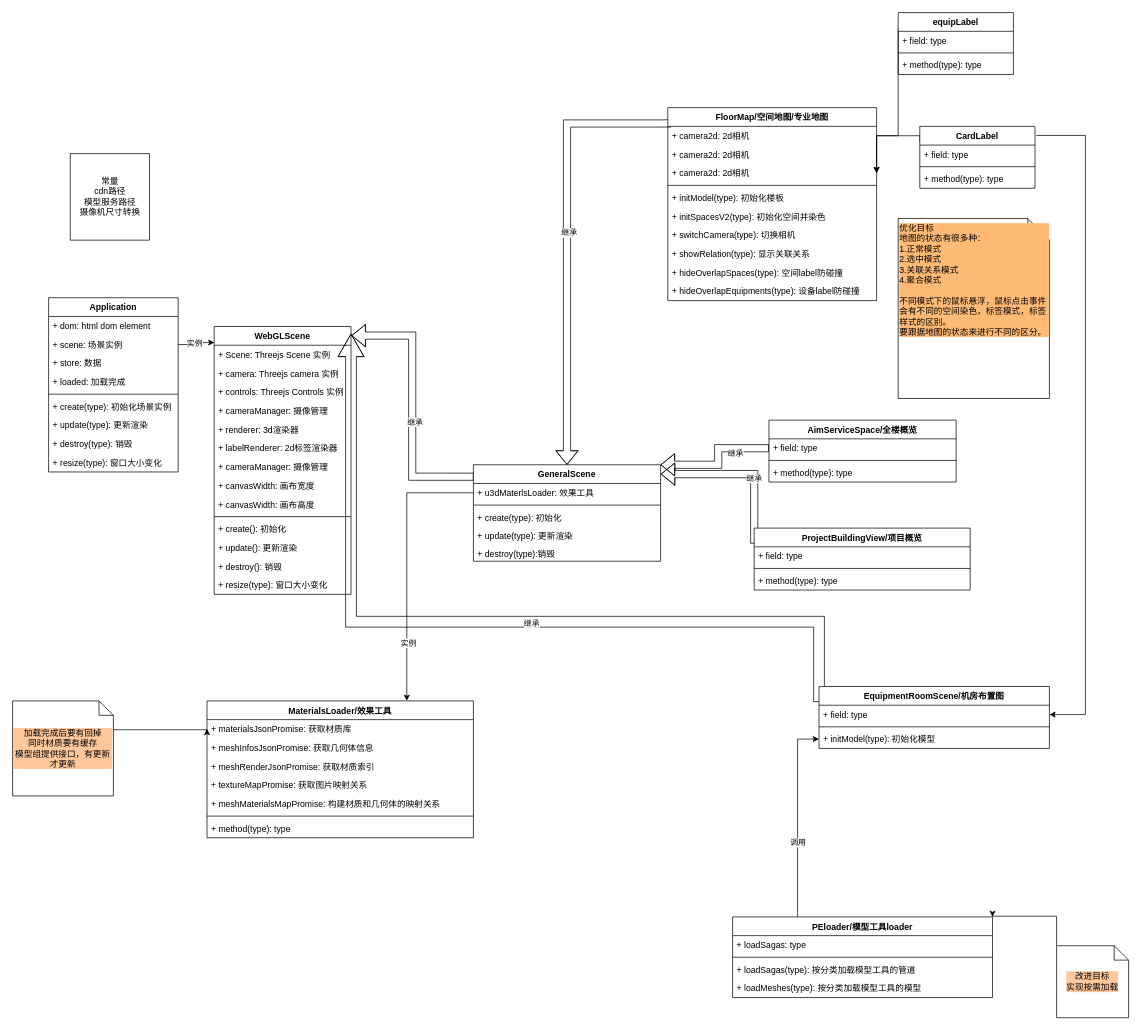
The draw.io diagram APM3d-Diagram.drawio in hiotk/umldiagrams, before the edit. Source tidied: cells renumbered, new cells numbered last; positions are measured from the earlier drawing's top-left corner, leaving out a move shared by most shapes. Both pictures are drawn from the tidied source at 72%, with x=0, y=0 at pixel (12, 12).
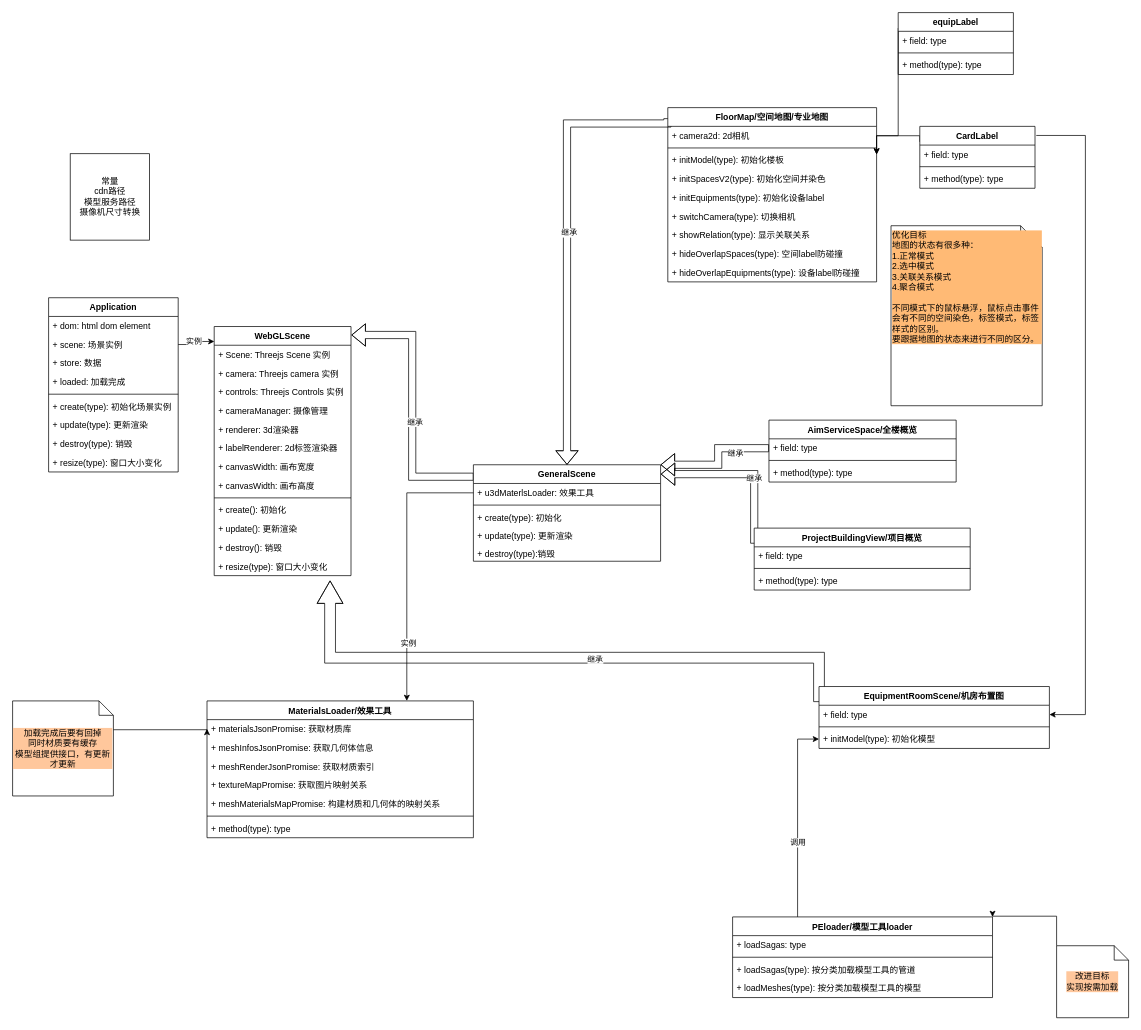
Above is the later version.

Unchanged cells that the change refers to:
```xml
<mxCell id="56" value="EquipmentRoomScene/机房布置图" style="swimlane;fontStyle=1;align=center;verticalAlign=top;horizontal=1;startSize=26;" parent="1" vertex="1">
  <mxGeometry x="1120" y="936" width="320" height="86" as="geometry" />
</mxCell>
<mxCell id="85" value="CardLabel" style="swimlane;fontStyle=1;align=center;verticalAlign=top;horizontal=1;startSize=26;" parent="1" vertex="1">
  <mxGeometry x="1260" y="158" width="160" height="86" as="geometry" />
</mxCell>
<mxCell id="97" value="equipLabel" style="swimlane;fontStyle=1;align=center;verticalAlign=top;horizontal=1;startSize=26;" parent="1" vertex="1">
  <mxGeometry x="1230" width="160" height="86" as="geometry" />
</mxCell>
```

The edit, as a diff of the source:
```diff
@@
     <mxCell id="12" value="WebGLScene" style="swimlane;fontStyle=1;align=center;verticalAlign=top;horizontal=1;startSize=26;" parent="1" vertex="1">
-      <mxGeometry x="280" y="436" width="190" height="372" as="geometry" />
+      <mxGeometry x="280" y="436" width="190" height="346" as="geometry" />
     </mxCell>
@@
-    <mxCell id="19" value="+ cameraManager: 摄像管理&#10;" style="text;strokeColor=none;fillColor=none;align=left;verticalAlign=top;spacingLeft=4;spacingRight=4;overflow=hidden;" parent="12" vertex="1">
-      <mxGeometry y="182" width="190" height="26" as="geometry" />
-    </mxCell>
     <mxCell id="20" value="+ canvasWidth: 画布宽度&#10;" style="text;strokeColor=none;fillColor=none;align=left;verticalAlign=top;spacingLeft=4;spacingRight=4;overflow=hidden;" parent="12" vertex="1">
-      <mxGeometry y="208" width="190" height="26" as="geometry" />
+      <mxGeometry y="182" width="190" height="26" as="geometry" />
     </mxCell>
     <mxCell id="21" value="+ canvasWidth: 画布高度&#10;" style="text;strokeColor=none;fillColor=none;align=left;verticalAlign=top;spacingLeft=4;spacingRight=4;overflow=hidden;" parent="12" vertex="1">
-      <mxGeometry y="234" width="190" height="26" as="geometry" />
+      <mxGeometry y="208" width="190" height="26" as="geometry" />
     </mxCell>
     <mxCell id="22" style="line;strokeWidth=1;fillColor=none;align=left;verticalAlign=middle;spacingTop=-1;spacingLeft=3;spacingRight=3;labelPosition=right;" parent="12" vertex="1">
-      <mxGeometry y="260" width="190" height="8" as="geometry" />
+      <mxGeometry y="234" width="190" height="8" as="geometry" />
     </mxCell>
     <mxCell id="23" value="+ create(): 初始化" style="text;strokeColor=none;fillColor=none;align=left;verticalAlign=top;spacingLeft=4;spacingRight=4;overflow=hidden;" parent="12" vertex="1">
-      <mxGeometry y="268" width="190" height="26" as="geometry" />
+      <mxGeometry y="242" width="190" height="26" as="geometry" />
     </mxCell>
     <mxCell id="24" value="+ update(): 更新渲染" style="text;strokeColor=none;fillColor=none;align=left;verticalAlign=top;spacingLeft=4;spacingRight=4;overflow=hidden;" parent="12" vertex="1">
-      <mxGeometry y="294" width="190" height="26" as="geometry" />
+      <mxGeometry y="268" width="190" height="26" as="geometry" />
     </mxCell>
     <mxCell id="25" value="+ destroy(): 销毁" style="text;strokeColor=none;fillColor=none;align=left;verticalAlign=top;spacingLeft=4;spacingRight=4;overflow=hidden;" parent="12" vertex="1">
-      <mxGeometry y="320" width="190" height="26" as="geometry" />
+      <mxGeometry y="294" width="190" height="26" as="geometry" />
     </mxCell>
     <mxCell id="26" value="+ resize(type): 窗口大小变化" style="text;strokeColor=none;fillColor=none;align=left;verticalAlign=top;spacingLeft=4;spacingRight=4;overflow=hidden;points=[[0,0.5],[1,0.5]];portConstraint=eastwest;" parent="12" vertex="1">
-      <mxGeometry y="346" width="190" height="26" as="geometry" />
+      <mxGeometry y="320" width="190" height="26" as="geometry" />
     </mxCell>
@@
     <mxCell id="39" value="FloorMap/空间地图/专业地图" style="swimlane;fontStyle=1;align=center;verticalAlign=top;horizontal=1;startSize=26;" parent="1" vertex="1">
-      <mxGeometry x="910" y="132" width="290" height="268" as="geometry" />
+      <mxGeometry x="910" y="132" width="290" height="242" as="geometry" />
     </mxCell>
@@
-    <mxCell id="41" value="+ camera2d: 2d相机" style="text;strokeColor=none;fillColor=none;align=left;verticalAlign=top;spacingLeft=4;spacingRight=4;overflow=hidden;" parent="39" vertex="1">
-      <mxGeometry y="52" width="290" height="26" as="geometry" />
-    </mxCell>
-    <mxCell id="42" value="+ camera2d: 2d相机" style="text;strokeColor=none;fillColor=none;align=left;verticalAlign=top;spacingLeft=4;spacingRight=4;overflow=hidden;points=[[0,0.5],[1,0.5]];portConstraint=eastwest;" parent="39" vertex="1">
-      <mxGeometry y="78" width="290" height="26" as="geometry" />
-    </mxCell>
     <mxCell id="43" style="line;strokeWidth=1;fillColor=none;align=left;verticalAlign=middle;spacingTop=-1;spacingLeft=3;spacingRight=3;labelPosition=right;" parent="39" vertex="1">
-      <mxGeometry y="104" width="290" height="8" as="geometry" />
+      <mxGeometry y="52" width="290" height="8" as="geometry" />
     </mxCell>
     <mxCell id="44" value="+ initModel(type): 初始化楼板" style="text;strokeColor=none;fillColor=none;align=left;verticalAlign=top;spacingLeft=4;spacingRight=4;overflow=hidden;" parent="39" vertex="1">
-      <mxGeometry y="112" width="290" height="26" as="geometry" />
+      <mxGeometry y="60" width="290" height="26" as="geometry" />
     </mxCell>
     <mxCell id="45" value="+ initSpacesV2(type): 初始化空间并染色" style="text;strokeColor=none;fillColor=none;align=left;verticalAlign=top;spacingLeft=4;spacingRight=4;overflow=hidden;" parent="39" vertex="1">
-      <mxGeometry y="138" width="290" height="26" as="geometry" />
+      <mxGeometry y="86" width="290" height="26" as="geometry" />
     </mxCell>
-    <mxCell id="46" value="+ switchCamera(type): 切换相机" style="text;strokeColor=none;fillColor=none;align=left;verticalAlign=top;spacingLeft=4;spacingRight=4;overflow=hidden;" parent="39" vertex="1">
-      <mxGeometry y="164" width="290" height="26" as="geometry" />
+    <mxCell id="46" value="+ initEquipments(type): 初始化设备label" style="text;strokeColor=none;fillColor=none;align=left;verticalAlign=top;spacingLeft=4;spacingRight=4;overflow=hidden;" parent="39" vertex="1">
+      <mxGeometry y="112" width="290" height="26" as="geometry" />
     </mxCell>
+    <mxCell id="103" value="+ switchCamera(type): 切换相机" style="text;strokeColor=none;fillColor=none;align=left;verticalAlign=top;spacingLeft=4;spacingRight=4;overflow=hidden;" parent="39" vertex="1">
+      <mxGeometry y="138" width="290" height="26" as="geometry" />
+    </mxCell>
     <mxCell id="47" value="+ showRelation(type): 显示关联关系" style="text;strokeColor=none;fillColor=none;align=left;verticalAlign=top;spacingLeft=4;spacingRight=4;overflow=hidden;" parent="39" vertex="1">
-      <mxGeometry y="190" width="290" height="26" as="geometry" />
+      <mxGeometry y="164" width="290" height="26" as="geometry" />
     </mxCell>
     <mxCell id="48" value="+ hideOverlapSpaces(type): 空间label防碰撞" style="text;strokeColor=none;fillColor=none;align=left;verticalAlign=top;spacingLeft=4;spacingRight=4;overflow=hidden;" parent="39" vertex="1">
-      <mxGeometry y="216" width="290" height="26" as="geometry" />
+      <mxGeometry y="190" width="290" height="26" as="geometry" />
     </mxCell>
     <mxCell id="49" value="+ hideOverlapEquipments(type): 设备label防碰撞" style="text;strokeColor=none;fillColor=none;align=left;verticalAlign=top;spacingLeft=4;spacingRight=4;overflow=hidden;" parent="39" vertex="1">
-      <mxGeometry y="242" width="290" height="26" as="geometry" />
+      <mxGeometry y="216" width="290" height="26" as="geometry" />
     </mxCell>
@@
-    <mxCell id="54" style="edgeStyle=elbowEdgeStyle;shape=flexArrow;rounded=0;jettySize=auto;elbow=vertical;html=1;exitX=0;exitY=0.25;exitDx=0;exitDy=0;width=15;endSize=10.0875;" parent="1" edge="1" source="56">
+    <mxCell id="54" style="edgeStyle=elbowEdgeStyle;shape=flexArrow;rounded=0;jettySize=auto;elbow=vertical;html=1;exitX=0;exitY=0.25;exitDx=0;exitDy=0;width=15;endSize=10.0875;entryX=0.847;entryY=1.261;entryDx=0;entryDy=0;entryPerimeter=0;" parent="1" edge="1" source="56" target="26">
       <mxGeometry relative="1" as="geometry">
-        <mxPoint x="470" y="446" as="targetPoint" />
         <Array as="points">
+          <mxPoint x="730" y="896" />
+          <mxPoint x="650" y="846" />
+          <mxPoint x="650" y="846" />
+          <mxPoint x="1010" y="846" />
+          <mxPoint x="680" y="446" />
+          <mxPoint x="530" y="836" />
+          <mxPoint x="1030" y="886" />
+          <mxPoint x="980" y="446" />
+          <mxPoint x="900" y="446" />
           <mxPoint x="550" y="846" />
           <mxPoint x="500" y="456" />
           <mxPoint x="630" y="826" />
           <mxPoint x="1080" y="826" />
           <mxPoint x="1030" y="706" />
           <mxPoint x="1000" y="476" />
           <mxPoint x="720" y="446" />
           <mxPoint x="840" y="446" />
           <mxPoint x="1010" y="628" />
           <mxPoint x="910" y="628" />
           <mxPoint x="880" y="695" />
           <mxPoint x="960" y="956" />
           <mxPoint x="960" y="756" />
           <mxPoint x="1020" y="628" />
           <mxPoint x="1010" y="628" />
           <mxPoint x="850" y="656" />
           <mxPoint x="830" y="676" />
           <mxPoint x="870" y="976" />
         </Array>
       </mxGeometry>
     </mxCell>
@@
-    <mxCell id="84" style="edgeStyle=elbowEdgeStyle;rounded=0;jettySize=auto;elbow=vertical;html=1;exitX=0;exitY=0.25;exitDx=0;exitDy=0;entryX=1;entryY=0.5;entryDx=0;entryDy=0;" parent="1" edge="1" source="85" target="42">
+    <mxCell id="84" style="edgeStyle=elbowEdgeStyle;rounded=0;jettySize=auto;elbow=vertical;html=1;exitX=0;exitY=0.25;exitDx=0;exitDy=0;entryX=1;entryY=0.5;entryDx=0;entryDy=0;" parent="1" edge="1" source="85">
       <mxGeometry relative="1" as="geometry">
+        <mxPoint x="1200" y="197" as="targetPoint" />
         <Array as="points">
           <mxPoint x="1220" y="171" />
           <mxPoint x="1260" y="175" />
         </Array>
       </mxGeometry>
     </mxCell>
@@
-    <mxCell id="96" style="edgeStyle=elbowEdgeStyle;rounded=0;jettySize=auto;elbow=vertical;html=1;exitX=0;exitY=0.25;exitDx=0;exitDy=0;entryX=1;entryY=0.5;entryDx=0;entryDy=0;" parent="1" edge="1" source="97" target="42">
+    <mxCell id="96" style="edgeStyle=elbowEdgeStyle;rounded=0;jettySize=auto;elbow=vertical;html=1;exitX=0;exitY=0.25;exitDx=0;exitDy=0;entryX=1;entryY=0.5;entryDx=0;entryDy=0;" parent="1" edge="1" source="97">
       <mxGeometry relative="1" as="geometry">
+        <mxPoint x="1200" y="197" as="targetPoint" />
         <Array as="points">
           <mxPoint x="1260" y="171" />
           <mxPoint x="1210" y="166" />
           <mxPoint x="1210" y="146" />
           <mxPoint x="1190" y="175" />
           <mxPoint x="1180" y="236" />
           <mxPoint x="1200" y="316" />
           <mxPoint x="1400" y="428" />
           <mxPoint x="1520" y="176" />
           <mxPoint x="1330" y="176" />
         </Array>
       </mxGeometry>
     </mxCell>
@@
     <mxCell id="102" value="优化目标&lt;br&gt;地图的状态有很多种：&lt;br&gt;1.正常模式&lt;br&gt;2.选中模式&lt;br&gt;3.关联关系模式&lt;br&gt;4.聚合模式&lt;br&gt;&lt;br&gt;不同模式下的鼠标悬浮，鼠标点击事件会有不同的空间染色，标签模式，标签样式的区别。&lt;br&gt;要跟据地图的状态来进行不同的区分。" style="shape=note;whiteSpace=wrap;html=1;backgroundOutline=1;darkOpacity=0.05;align=left;horizontal=1;verticalAlign=top;labelBackgroundColor=#FFBA75;" parent="1" vertex="1">
-      <mxGeometry x="1230" y="286" width="210" height="250" as="geometry" />
+      <mxGeometry x="1220" y="296" width="210" height="250" as="geometry" />
     </mxCell>
```
